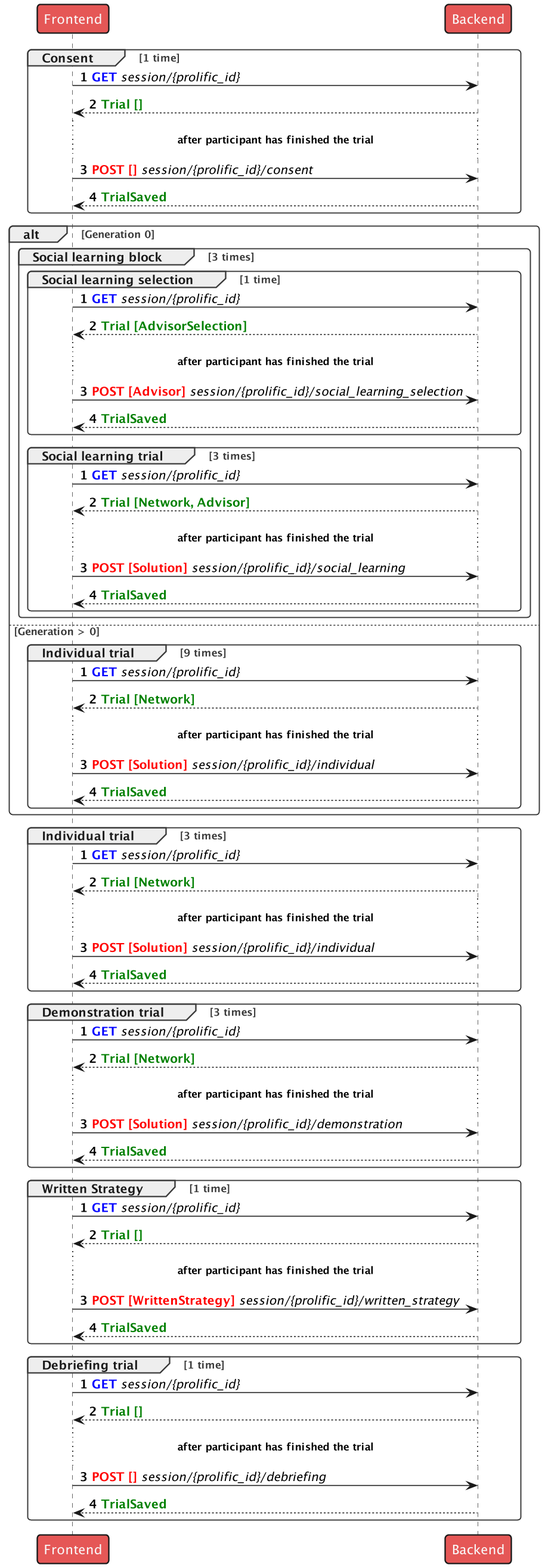
The PlantUML diagram docs/backend-frontend.png in LBrinkmann/reward-networks-iii-experiment, before a commit.
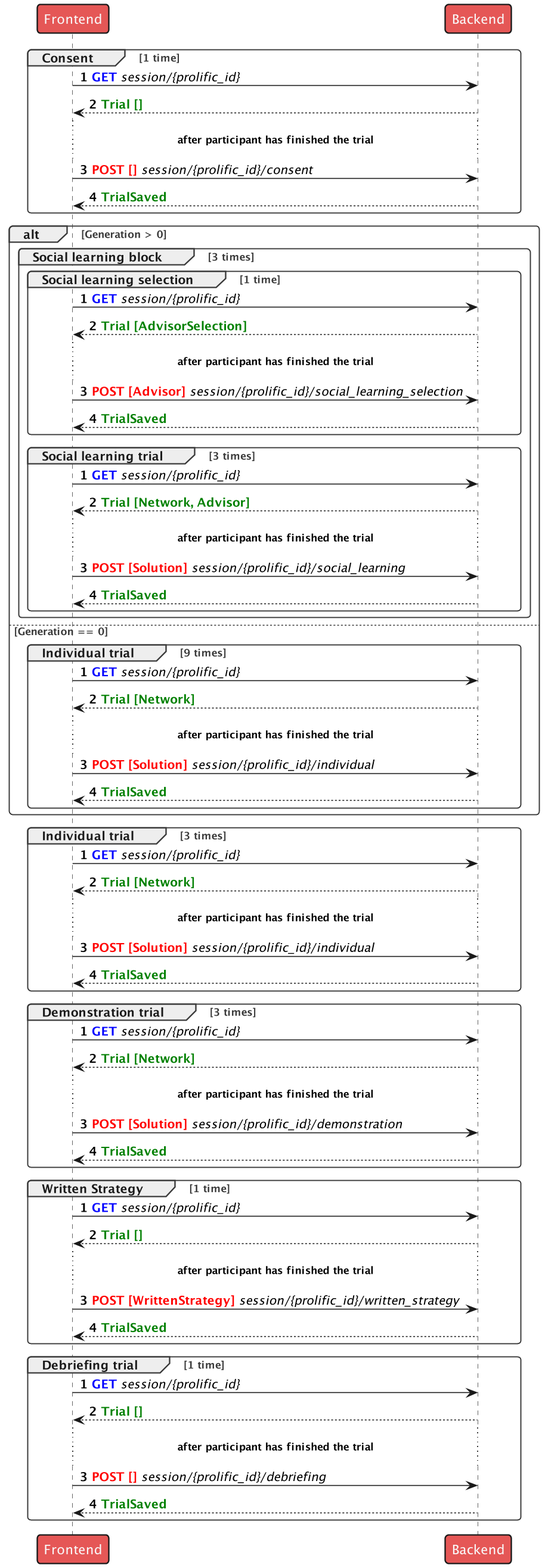
After the change.

Diff of the diagram source:
```diff
@@ -14,7 +14,7 @@
     Backend --> Frontend: <color green>**TrialSaved**</color>
 end
 
-alt Generation 0
+alt Generation > 0
 
 group Social learning block [3 times]
     autonumber
@@ -43,7 +43,7 @@
 
 end
 
-else Generation > 0
+else Generation == 0
     autonumber
 
     group Individual trial [9 times]
```
